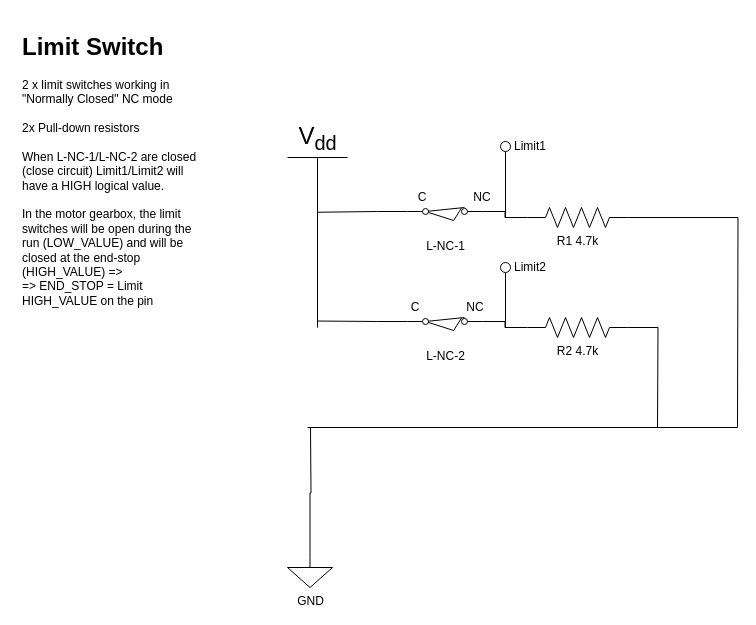
Before: page "End-stop detection" (2 of 6) of adjustable-desk.drawio in pecostef/adjustable-desk, a draw.io diagram. Source tidied: cells renumbered, new cells numbered last; positions are measured from the earlier drawing's top-left corner, leaving out a move shared by most shapes. Both pictures are drawn from the tidied source at 100%, with x=0, y=0 at pixel (17, 27).
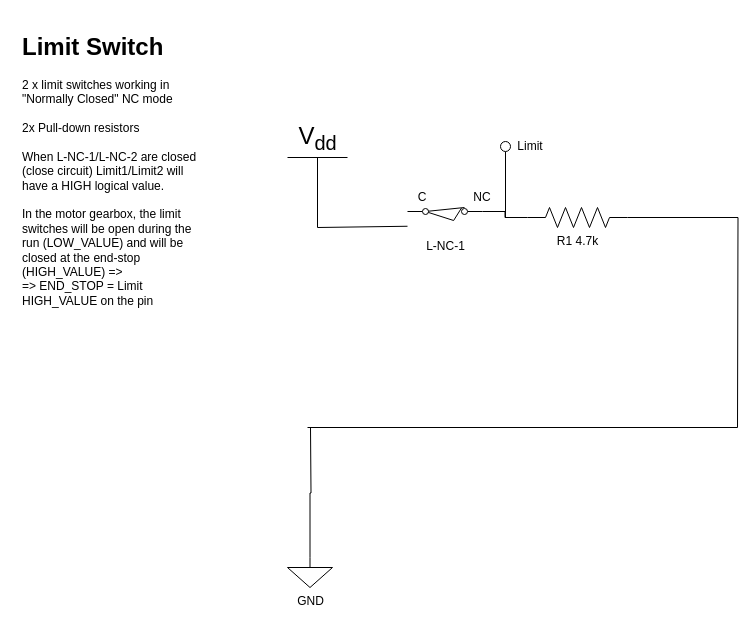
After the change.

The change refers to these unchanged cells:
```xml
<mxCell id="12" value="L-NC-1" style="verticalLabelPosition=bottom;shadow=0;dashed=0;align=center;html=1;verticalAlign=top;shape=mxgraph.electrical.electro-mechanical.limitSwitch;elSwitchState=on;" parent="11" vertex="1">
  <mxGeometry y="20" width="75" height="25" as="geometry" />
</mxCell>
```

What changed in the source:
```diff
@@
+    <mxCell id="29" style="edgeStyle=none;html=1;exitX=0.5;exitY=0;exitDx=0;exitDy=0;exitPerimeter=0;entryX=0;entryY=0.75;entryDx=0;entryDy=0;startArrow=none;startFill=0;endArrow=none;endFill=0;" parent="1" edge="1" source="4" target="12">
+      <mxGeometry relative="1" as="geometry" />
+    </mxCell>
     <mxCell id="4" value="V&lt;sub&gt;dd&lt;/sub&gt;" style="verticalLabelPosition=top;verticalAlign=bottom;shape=mxgraph.electrical.signal_sources.vdd;shadow=0;dashed=0;align=center;strokeWidth=1;fontSize=24;html=1;flipV=1;" parent="1" vertex="1">
-      <mxGeometry x="270" y="130" width="60" height="170" as="geometry" />
+      <mxGeometry x="270" y="130" width="60" height="70" as="geometry" />
     </mxCell>
@@
-    <mxCell id="7" style="edgeStyle=orthogonalEdgeStyle;rounded=0;jettySize=auto;html=1;exitX=1;exitY=0.5;exitDx=0;exitDy=0;exitPerimeter=0;endArrow=none;endFill=0;strokeColor=default;" parent="1" edge="1" source="8">
-      <mxGeometry relative="1" as="geometry">
-        <mxPoint x="640" y="400" as="targetPoint" />
-      </mxGeometry>
-    </mxCell>
-    <mxCell id="8" value="R2 4.7k" style="verticalLabelPosition=bottom;shadow=0;dashed=0;align=center;html=1;verticalAlign=top;shape=mxgraph.electrical.resistors.resistor_2;" parent="1" vertex="1">
-      <mxGeometry x="510" y="290" width="100" height="20" as="geometry" />
-    </mxCell>
@@
-    <mxCell id="15" style="group;" parent="1" vertex="1">
-      <mxGeometry x="382.5" y="270" width="90" height="45" as="geometry" />
-    </mxCell>
-    <mxCell id="16" value="L-NC-2" style="verticalLabelPosition=bottom;shadow=0;dashed=0;align=center;html=1;verticalAlign=top;shape=mxgraph.electrical.electro-mechanical.limitSwitch;elSwitchState=on;" parent="15" vertex="1">
-      <mxGeometry x="7.5" y="20" width="75" height="25" as="geometry" />
-    </mxCell>
-    <mxCell id="17" value="C" style="text;html=1;strokeColor=none;fillColor=none;align=center;verticalAlign=middle;whiteSpace=wrap;rounded=0;" parent="15" vertex="1">
-      <mxGeometry width="30" height="20" as="geometry" />
-    </mxCell>
-    <mxCell id="18" value="NC" style="text;html=1;strokeColor=none;fillColor=none;align=center;verticalAlign=middle;whiteSpace=wrap;rounded=0;" parent="15" vertex="1">
-      <mxGeometry x="60" width="30" height="20" as="geometry" />
-    </mxCell>
-    <mxCell id="19" style="edgeStyle=orthogonalEdgeStyle;rounded=0;jettySize=auto;html=1;exitX=1;exitY=0.16;exitDx=0;exitDy=0;entryX=0;entryY=0.5;entryDx=0;entryDy=0;entryPerimeter=0;endArrow=none;endFill=0;strokeColor=default;" parent="1" edge="1" source="16" target="8">
-      <mxGeometry relative="1" as="geometry" />
-    </mxCell>
@@
-    <mxCell id="22" style="endArrow=none;html=1;rounded=0;strokeColor=default;entryX=0.5;entryY=1;entryDx=0;entryDy=0;" parent="1" edge="1" target="26">
-      <mxGeometry relative="1" as="geometry">
-        <mxPoint x="488" y="300" as="sourcePoint" />
-      </mxGeometry>
-    </mxCell>
-    <mxCell id="23" style="edgeStyle=orthogonalEdgeStyle;rounded=0;jettySize=auto;html=1;exitX=0;exitY=0.16;exitDx=0;exitDy=0;entryX=0.507;entryY=0.678;entryDx=0;entryDy=0;entryPerimeter=0;endArrow=none;endFill=0;strokeColor=default;" parent="1" edge="1" source="12" target="4">
-      <mxGeometry relative="1" as="geometry" />
-    </mxCell>
-    <mxCell id="24" style="edgeStyle=orthogonalEdgeStyle;rounded=0;jettySize=auto;html=1;exitX=0;exitY=0.16;exitDx=0;exitDy=0;entryX=0.507;entryY=0.038;entryDx=0;entryDy=0;entryPerimeter=0;endArrow=none;endFill=0;strokeColor=default;" parent="1" edge="1" source="16" target="4">
-      <mxGeometry relative="1" as="geometry" />
-    </mxCell>
@@
-    <mxCell id="26" style="ellipse;fillColor=#ffffff;strokeColor=#000000;" parent="1" vertex="1">
-      <mxGeometry x="483" y="235" width="10" height="10" as="geometry" />
-    </mxCell>
-    <mxCell id="27" value="Limit1" style="text;html=1;strokeColor=none;fillColor=none;align=center;verticalAlign=middle;whiteSpace=wrap;rounded=0;" parent="1" vertex="1">
+    <mxCell id="27" value="Limit" style="text;html=1;strokeColor=none;fillColor=none;align=center;verticalAlign=middle;whiteSpace=wrap;rounded=0;" parent="1" vertex="1">
       <mxGeometry x="483" y="104" width="60" height="30" as="geometry" />
     </mxCell>
-    <mxCell id="28" value="Limit2" style="text;html=1;strokeColor=none;fillColor=none;align=center;verticalAlign=middle;whiteSpace=wrap;rounded=0;" parent="1" vertex="1">
-      <mxGeometry x="483" y="225" width="60" height="30" as="geometry" />
-    </mxCell>
```
